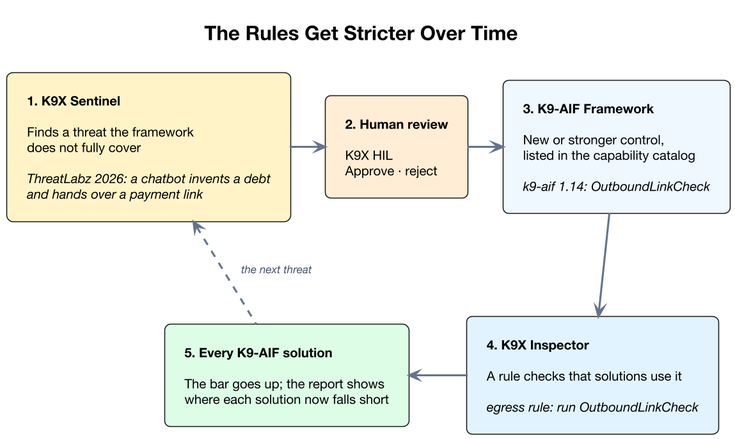
Above: assets/images/blogs/k9x-stricter-over-time.png in k9aif/k9-aif-blogs (PlantUML), before the change. Its diagram source:
```plantuml
@startuml k9x-stricter-over-time

skinparam backgroundColor #FFFFFF
skinparam defaultFontName "Helvetica Neue"
skinparam defaultFontSize 13
skinparam padding 10
skinparam dpi 150

skinparam rectangle {
  RoundCorner 12
  BorderThickness 1
}

skinparam arrow {
  Color #64748B
  FontColor #475569
  FontSize 11
  Thickness 2
}

title <size:20><b>The Rules Get Stricter Over Time</b></size>

rectangle "<b>1. K9X Sentinel</b>\n\nFinds a threat the framework\ndoes not fully cover\n\n<i>ThreatLabz 2026: a chatbot invents a debt</i>\n<i>and hands over a payment link</i>" as S #FEF3C7

rectangle "<b>2. Human review</b>\n\nK9X HIL\nApprove · reject" as H #FFEDD5

rectangle "<b>3. K9-AIF Framework</b>\n\nNew or stronger control,\nlisted in the capability catalog\n\n<i>k9-aif 1.14: OutboundLinkCheck</i>" as F #EFF6FF

rectangle "<b>4. K9X Inspector</b>\n\nA rule checks that solutions use it\n\n<i>egress rule: run OutboundLinkCheck</i>" as I #E0F2FE

rectangle "<b>5. Every K9-AIF solution</b>\n\nThe bar goes up; the report shows\nwhere each solution now falls short" as SOL #DCFCE7

S -right-> H
H -right-> F
F -down-> I
I -left-> SOL
SOL .up.> S : <i>the next threat</i>

@enduml
```
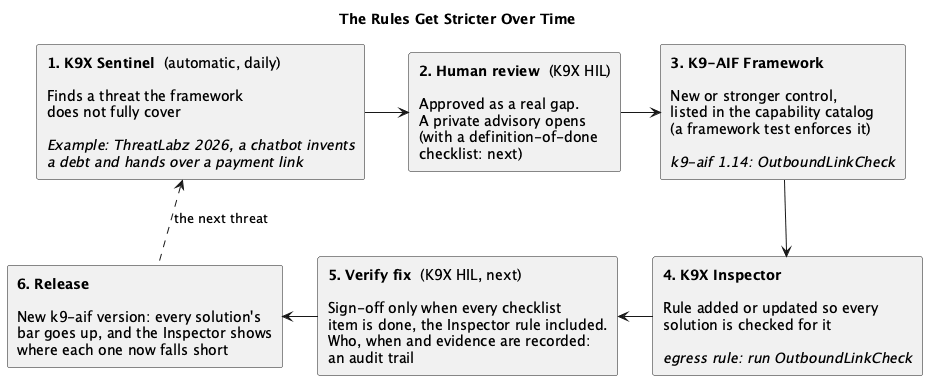
The same file after the commit.

Commit message:
Post: six-step loop with human review and fix sign-off (audit trail); diagrams in default PlantUML style

Diff of the diagram source:
```diff
@@ -1,39 +1,24 @@
 @startuml k9x-stricter-over-time
 
-skinparam backgroundColor #FFFFFF
-skinparam defaultFontName "Helvetica Neue"
-skinparam defaultFontSize 13
-skinparam padding 10
-skinparam dpi 150
+title The Rules Get Stricter Over Time
 
-skinparam rectangle {
-  RoundCorner 12
-  BorderThickness 1
-}
+rectangle "<b>1. K9X Sentinel</b>  (automatic, daily)\n\nFinds a threat the framework\ndoes not fully cover\n\n<i>Example: ThreatLabz 2026, a chatbot invents</i>\n<i>a debt and hands over a payment link</i>" as S
 
-skinparam arrow {
-  Color #64748B
-  FontColor #475569
-  FontSize 11
-  Thickness 2
-}
+rectangle "<b>2. Human review</b>  (K9X HIL)\n\nApproved as a real gap.\nA private advisory opens\n(with a definition-of-done\nchecklist: next)" as R
 
-title <size:20><b>The Rules Get Stricter Over Time</b></size>
+rectangle "<b>3. K9-AIF Framework</b>\n\nNew or stronger control,\nlisted in the capability catalog\n(a framework test enforces it)\n\n<i>k9-aif 1.14: OutboundLinkCheck</i>" as F
 
-rectangle "<b>1. K9X Sentinel</b>\n\nFinds a threat the framework\ndoes not fully cover\n\n<i>ThreatLabz 2026: a chatbot invents a debt</i>\n<i>and hands over a payment link</i>" as S #FEF3C7
+rectangle "<b>4. K9X Inspector</b>\n\nRule added or updated so every\nsolution is checked for it\n\n<i>egress rule: run OutboundLinkCheck</i>" as I
 
-rectangle "<b>2. Human review</b>\n\nK9X HIL\nApprove · reject" as H #FFEDD5
+rectangle "<b>5. Verify fix</b>  (K9X HIL, next)\n\nSign-off only when every checklist\nitem is done, the Inspector rule included.\nWho, when and evidence are recorded:\nan audit trail" as V
 
-rectangle "<b>3. K9-AIF Framework</b>\n\nNew or stronger control,\nlisted in the capability catalog\n\n<i>k9-aif 1.14: OutboundLinkCheck</i>" as F #EFF6FF
+rectangle "<b>6. Release</b>\n\nNew k9-aif version: every solution's\nbar goes up, and the Inspector shows\nwhere each one now falls short" as SOL
 
-rectangle "<b>4. K9X Inspector</b>\n\nA rule checks that solutions use it\n\n<i>egress rule: run OutboundLinkCheck</i>" as I #E0F2FE
-
-rectangle "<b>5. Every K9-AIF solution</b>\n\nThe bar goes up; the report shows\nwhere each solution now falls short" as SOL #DCFCE7
-
-S -right-> H
-H -right-> F
+S -right-> R
+R -right-> F
 F -down-> I
-I -left-> SOL
-SOL .up.> S : <i>the next threat</i>
+I -left-> V
+V -left-> SOL
+SOL .up.> S : the next threat
 
 @enduml
```
